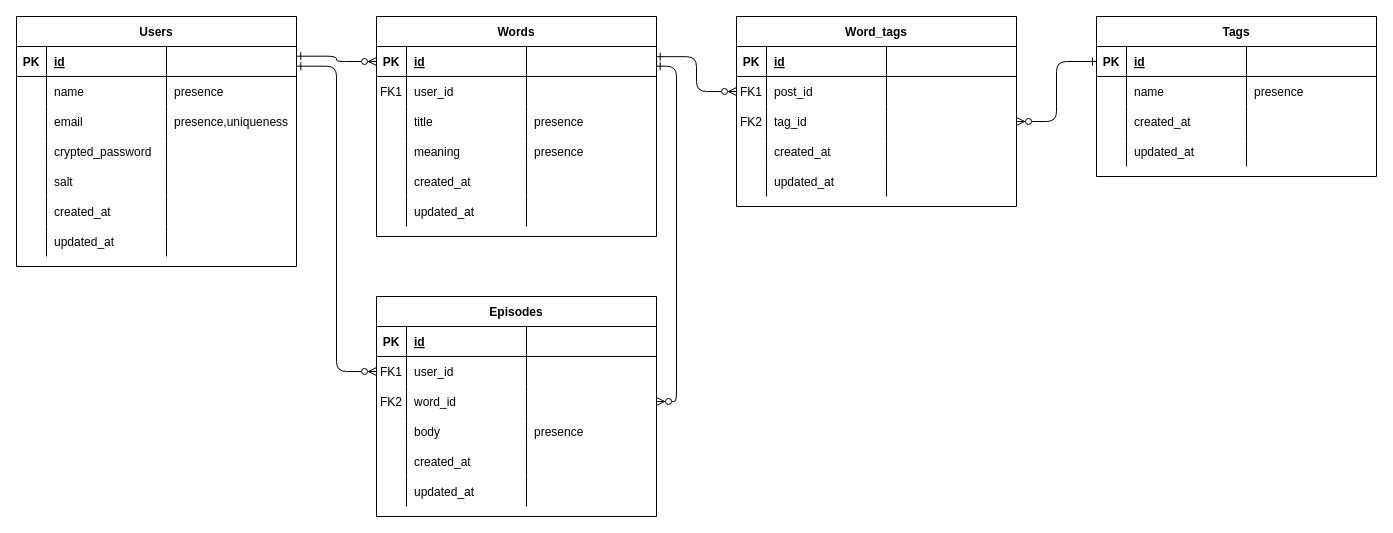
This is page "Page-1" (1 of 2) of Group1_ER図.drawio from RUNTEQ-62-GROUP-DEVELOPMENT/Group1, a draw.io file, before an edit. Source tidied: cells renumbered, new cells numbered last; positions are measured from the earlier drawing's top-left corner, leaving out a move shared by most shapes. Both pictures are drawn from the tidied source at 100%, with x=0, y=0 at pixel (16, 16).
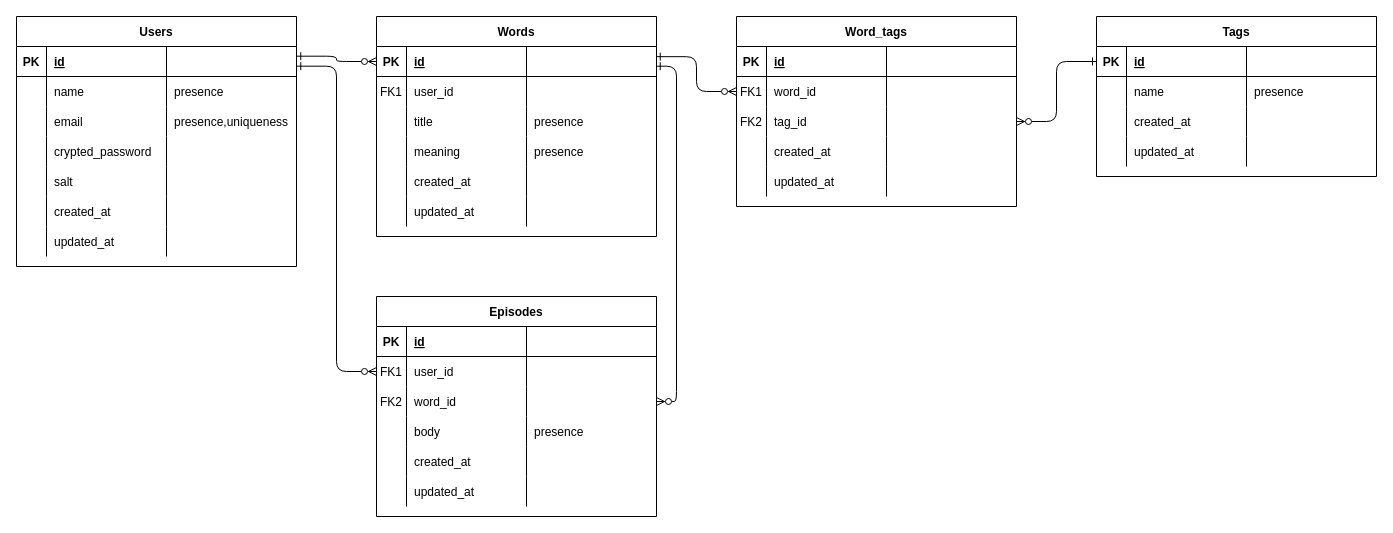
The same page after the edit.

Commit message (it also covers changes not shown here):
Group1_ER図.drawio を更新します

The change refers to these unchanged cells:
```xml
<mxCell id="89" style="shape=partialRectangle;fillColor=none;points=[[0,0.5],[1,0.5]];portConstraint=eastwest;top=0;left=0;right=0;bottom=0;" parent="84" vertex="1">
  <mxGeometry y="60" width="280" height="30" as="geometry" />
</mxCell>
```

What changed in the source:
```diff
@@
-    <mxCell id="91" value="post_id" style="shape=partialRectangle;overflow=hidden;fillColor=none;top=0;left=0;bottom=0;right=0;align=left;spacingLeft=6;" parent="89" vertex="1">
+    <mxCell id="91" value="word_id" style="shape=partialRectangle;overflow=hidden;fillColor=none;top=0;left=0;bottom=0;right=0;align=left;spacingLeft=6;" parent="89" vertex="1">
       <mxGeometry x="30" width="120" height="30" as="geometry" />
     </mxCell>
```
